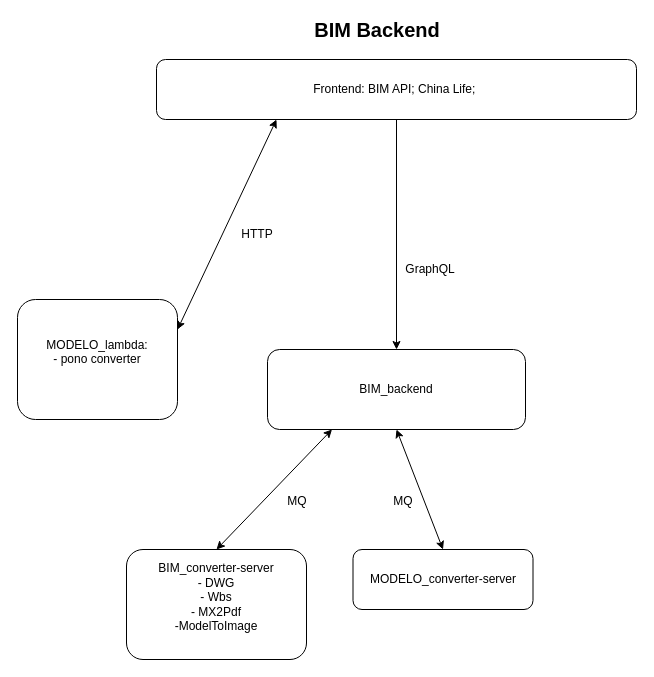
Earlier version of the draw.io diagram BIM Backend.drawio (timqian/draw-io). Source tidied: cells renumbered, new cells numbered last; positions are measured from the earlier drawing's top-left corner, leaving out a move shared by most shapes. Both pictures are drawn from the tidied source at 100%, with x=0, y=0 at pixel (17, 19).
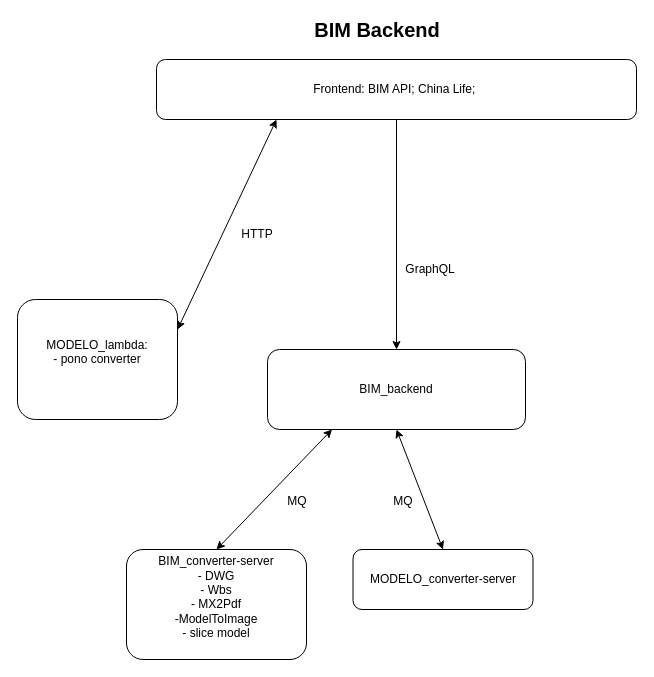
The same page after the edit.

What changed in the source:
```diff
@@
 <mxGraphModel>
   <root>
     <mxCell id="0" />
     <mxCell id="1" parent="0" />
     <mxCell id="2" value="&lt;b&gt;&lt;font style=&quot;font-size: 20px&quot;&gt;BIM Backend&lt;/font&gt;&lt;/b&gt;&lt;br&gt;" style="text;html=1;strokeColor=none;fillColor=none;align=center;verticalAlign=middle;whiteSpace=wrap;rounded=0;" parent="1" vertex="1">
       <mxGeometry x="230" width="260" height="20" as="geometry" />
     </mxCell>
     <mxCell id="3" value="BIM_backend" style="rounded=1;whiteSpace=wrap;html=1;" parent="1" vertex="1">
       <mxGeometry x="250" y="330" width="258" height="80" as="geometry" />
     </mxCell>
-    <mxCell id="4" value="BIM_converter-server&lt;br&gt;- DWG&lt;br&gt;- Wbs&lt;br&gt;- MX2Pdf&lt;br&gt;-ModelToImage&lt;br&gt;&lt;br&gt;" style="rounded=1;whiteSpace=wrap;html=1;" parent="1" vertex="1">
+    <mxCell id="4" value="BIM_converter-server&lt;br&gt;- DWG&lt;br&gt;- Wbs&lt;br&gt;- MX2Pdf&lt;br&gt;-ModelToImage&lt;br&gt;- slice model&lt;br&gt;&lt;br&gt;" style="rounded=1;whiteSpace=wrap;html=1;" parent="1" vertex="1">
       <mxGeometry x="109" y="530" width="180" height="110" as="geometry" />
     </mxCell>
     <mxCell id="5" value="MODELO_lambda:&lt;br&gt;- pono converter&lt;br&gt;&lt;br&gt;" style="rounded=1;whiteSpace=wrap;html=1;" parent="1" vertex="1">
       <mxGeometry y="280" width="160" height="120" as="geometry" />
     </mxCell>
     <mxCell id="6" value="Frontend: BIM API; China Life;&amp;nbsp;" style="rounded=1;whiteSpace=wrap;html=1;" parent="1" vertex="1">
       <mxGeometry x="139" y="40" width="480" height="60" as="geometry" />
     </mxCell>
     <mxCell id="7" style="endArrow=classic;html=1;entryX=0.5;entryY=0;entryDx=0;entryDy=0;exitX=0.5;exitY=1;exitDx=0;exitDy=0;" parent="1" edge="1" source="6" target="3">
       <mxGeometry relative="1" as="geometry" />
     </mxCell>
     <mxCell id="8" value="MQ&lt;br&gt;" style="text;html=1;strokeColor=none;fillColor=none;align=center;verticalAlign=middle;whiteSpace=wrap;rounded=0;" parent="1" vertex="1">
       <mxGeometry x="365.5" y="471.5" width="40" height="20" as="geometry" />
     </mxCell>
     <mxCell id="9" style="endArrow=classic;startArrow=classic;html=1;entryX=0.5;entryY=0;entryDx=0;entryDy=0;exitX=0.25;exitY=1;exitDx=0;exitDy=0;" parent="1" edge="1" source="3" target="4">
       <mxGeometry relative="1" as="geometry" />
     </mxCell>
     <mxCell id="10" style="endArrow=classic;startArrow=classic;html=1;entryX=0.25;entryY=1;entryDx=0;entryDy=0;exitX=1;exitY=0.25;exitDx=0;exitDy=0;" parent="1" edge="1" source="5" target="6">
       <mxGeometry relative="1" as="geometry" />
     </mxCell>
     <mxCell id="11" value="HTTP" style="text;html=1;strokeColor=none;fillColor=none;align=center;verticalAlign=middle;whiteSpace=wrap;rounded=0;" parent="1" vertex="1">
       <mxGeometry x="220" y="205" width="40" height="20" as="geometry" />
     </mxCell>
     <mxCell id="12" value="GraphQL" style="text;html=1;strokeColor=none;fillColor=none;align=center;verticalAlign=middle;whiteSpace=wrap;rounded=0;" parent="1" vertex="1">
       <mxGeometry x="393" y="240" width="40" height="20" as="geometry" />
     </mxCell>
     <mxCell id="13" value="MODELO_converter-server&lt;br&gt;" style="rounded=1;whiteSpace=wrap;html=1;" parent="1" vertex="1">
       <mxGeometry x="335.5" y="530" width="180" height="60" as="geometry" />
     </mxCell>
     <mxCell id="14" value="MQ&lt;br&gt;" style="text;html=1;strokeColor=none;fillColor=none;align=center;verticalAlign=middle;whiteSpace=wrap;rounded=0;" parent="1" vertex="1">
       <mxGeometry x="260" y="471.5" width="40" height="20" as="geometry" />
     </mxCell>
     <mxCell id="15" style="endArrow=classic;startArrow=classic;html=1;entryX=0.5;entryY=0;entryDx=0;entryDy=0;exitX=0.5;exitY=1;exitDx=0;exitDy=0;" parent="1" edge="1" target="13">
       <mxGeometry relative="1" as="geometry">
         <mxPoint x="379" y="410" as="sourcePoint" />
       </mxGeometry>
     </mxCell>
   </root>
 </mxGraphModel>
```
